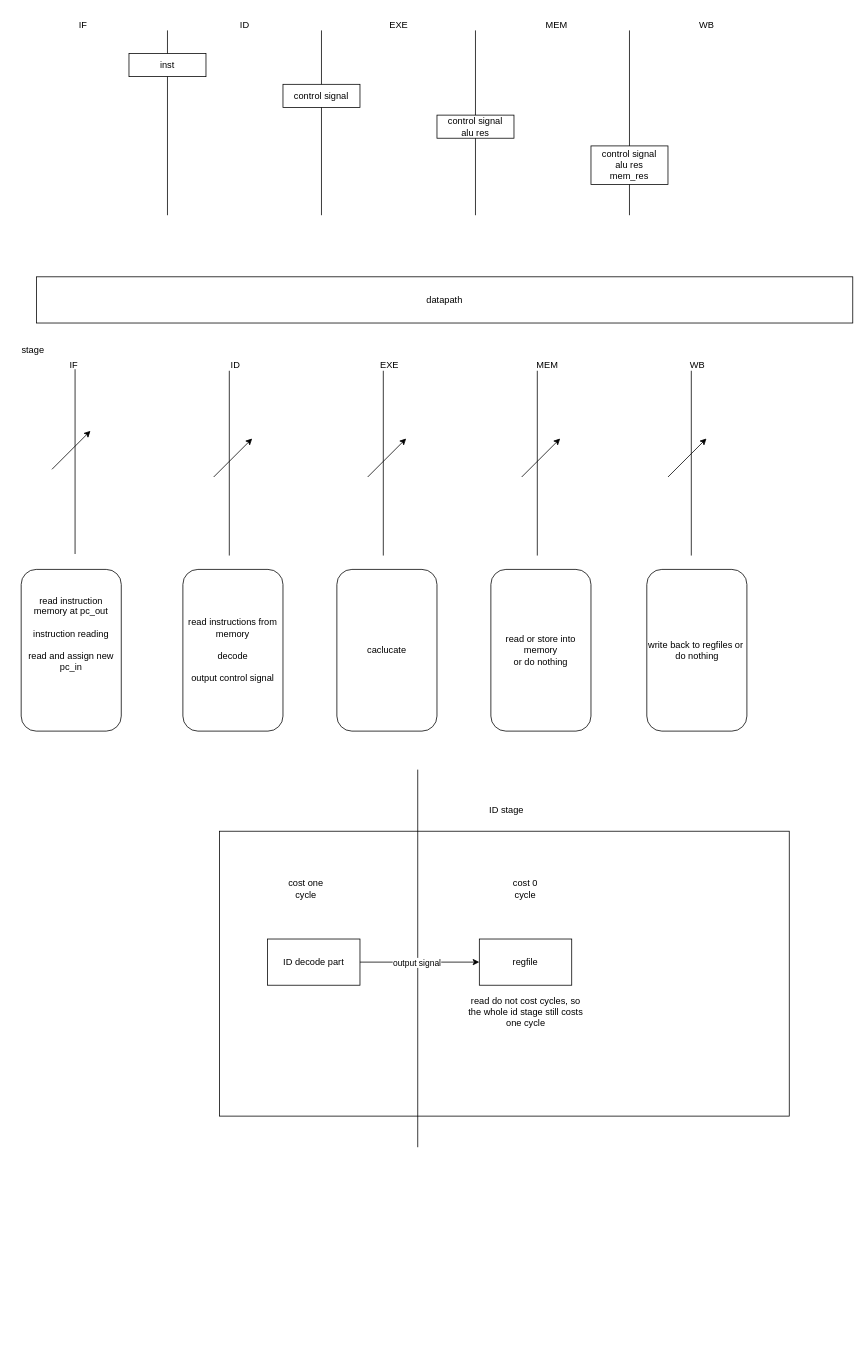
This is doc/cqu_mips.drawio from YaoLightning/cqu_mips, a draw.io file, before an edit. Source tidied: cells renumbered, new cells numbered last; positions are measured from the earlier drawing's top-left corner, leaving out a move shared by most shapes. Both pictures are drawn from the tidied source at 77%, with x=0, y=0 at pixel (13, 13).
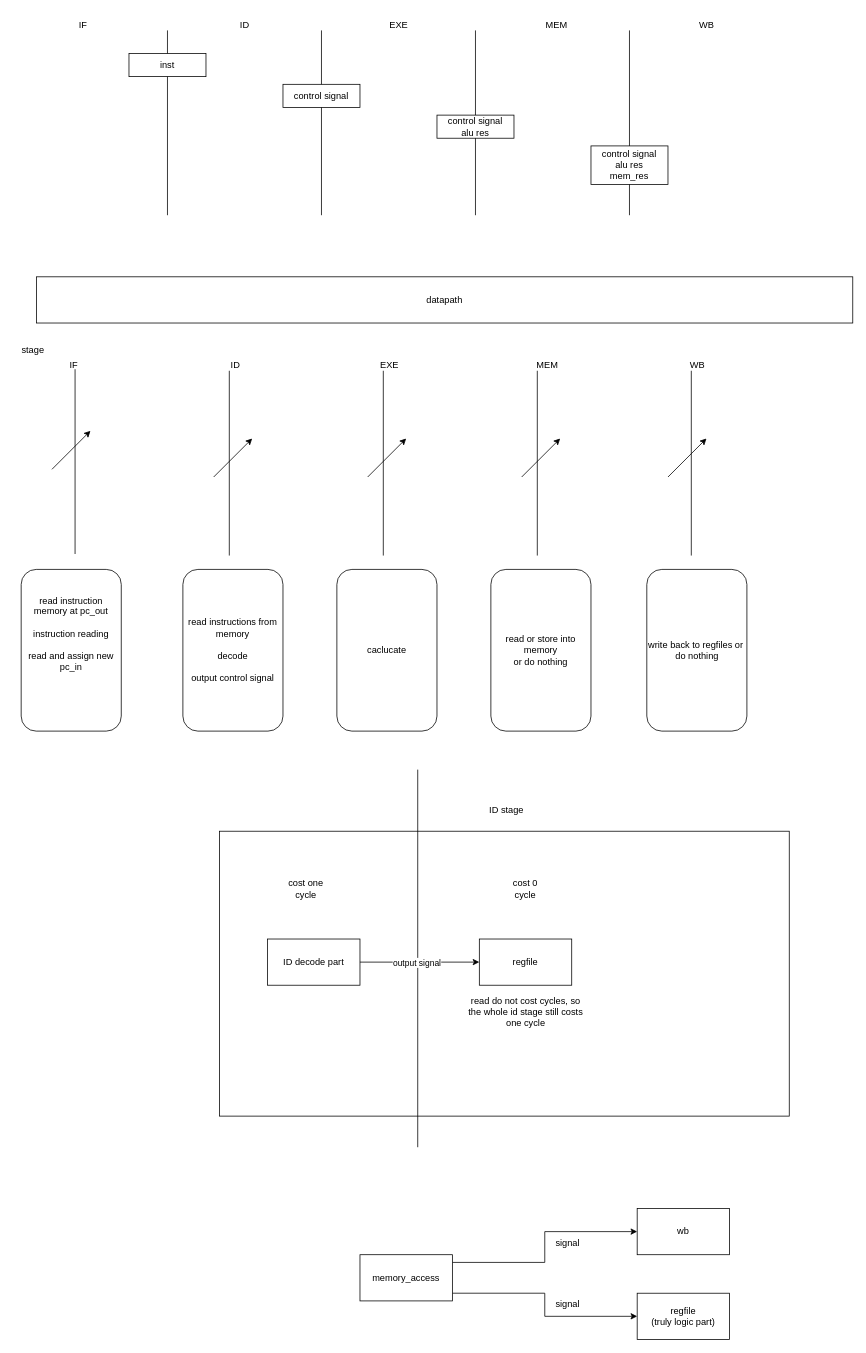
The same diagram, later.

Diff of the diagram source:
```diff
@@
+    <mxCell id="47" value="wb" style="rounded=0;whiteSpace=wrap;html=1;" parent="1" vertex="1">
+      <mxGeometry x="810" y="1552" width="120" height="60" as="geometry" />
+    </mxCell>
+    <mxCell id="48" value="regfile&lt;div&gt;(truly logic part)&lt;/div&gt;" style="rounded=0;whiteSpace=wrap;html=1;" parent="1" vertex="1">
+      <mxGeometry x="810" y="1662" width="120" height="60" as="geometry" />
+    </mxCell>
+    <mxCell id="49" style="edgeStyle=orthogonalEdgeStyle;rounded=0;jettySize=auto;html=1;" parent="1" edge="1" source="51" target="47">
+      <mxGeometry relative="1" as="geometry">
+        <Array as="points">
+          <mxPoint x="690" y="1622" />
+          <mxPoint x="690" y="1582" />
+        </Array>
+      </mxGeometry>
+    </mxCell>
+    <mxCell id="50" style="edgeStyle=orthogonalEdgeStyle;rounded=0;jettySize=auto;html=1;" parent="1" edge="1" source="51" target="48">
+      <mxGeometry relative="1" as="geometry">
+        <Array as="points">
+          <mxPoint x="690" y="1662" />
+          <mxPoint x="690" y="1692" />
+        </Array>
+      </mxGeometry>
+    </mxCell>
+    <mxCell id="51" value="memory_access" style="rounded=0;whiteSpace=wrap;html=1;" parent="1" vertex="1">
+      <mxGeometry x="450" y="1612" width="120" height="60" as="geometry" />
+    </mxCell>
+    <mxCell id="52" value="signal" style="text;html=1;align=center;verticalAlign=middle;whiteSpace=wrap;rounded=0;" parent="1" vertex="1">
+      <mxGeometry x="690" y="1582" width="60" height="30" as="geometry" />
+    </mxCell>
+    <mxCell id="53" value="signal" style="text;html=1;align=center;verticalAlign=middle;whiteSpace=wrap;rounded=0;" parent="1" vertex="1">
+      <mxGeometry x="690" y="1662" width="60" height="30" as="geometry" />
+    </mxCell>
```
